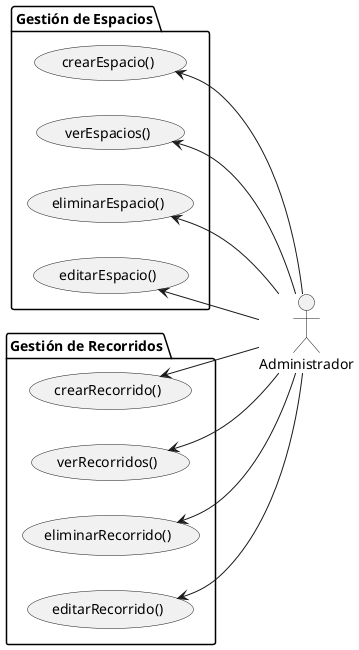
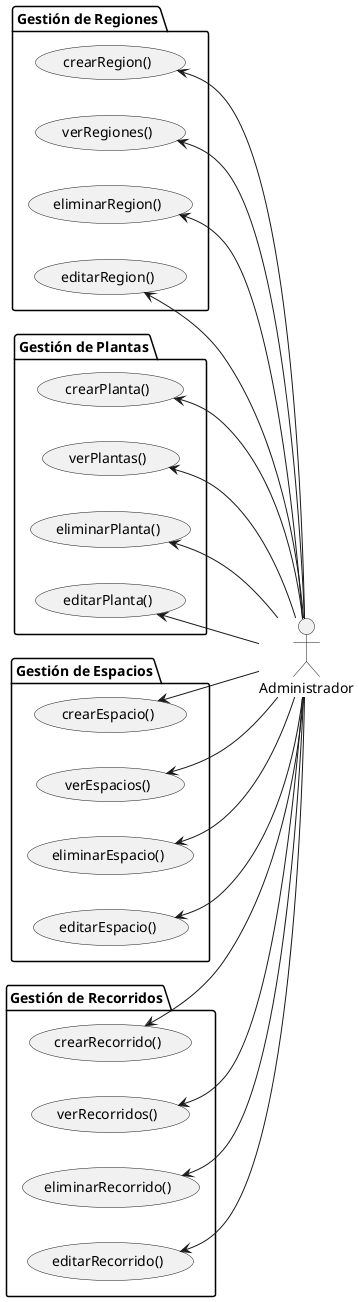
@startuml

left to right direction

actor "Administrador" as admin
+ 
+ package "Gestión de Regiones"{
+     usecase crearRegion as "crearRegion()"
+     usecase verRegiones as "verRegiones()"
+     usecase eliminarRegion as "eliminarRegion()"
+     usecase editarRegion as "editarRegion()"
+ }
+ 
+ package "Gestión de Plantas"{
+     usecase crearPlanta as "crearPlanta()"
+     usecase verPlantas as "verPlantas()"
+     usecase eliminarPlanta as "eliminarPlanta()"
+     usecase editarPlanta as "editarPlanta()"
+ }

package "Gestión de Espacios"{
    usecase crearEspacio as "crearEspacio()"
    usecase verEspacios as "verEspacios()"
    usecase eliminarEspacio as "eliminarEspacio()"
    usecase editarEspacio as "editarEspacio()"
}

package "Gestión de Recorridos"{
    usecase crearRecorrido as "crearRecorrido()"
    usecase verRecorridos as "verRecorridos()"
    usecase eliminarRecorrido as "eliminarRecorrido()"
    usecase editarRecorrido as "editarRecorrido()"
}

+ (crearRegion) <-- admin
+ (verRegiones) <-- admin
+ (eliminarRegion) <-- admin
+ (editarRegion) <-- admin
+ 
+ (crearPlanta) <-- admin
+ (verPlantas) <-- admin
+ (eliminarPlanta) <-- admin
+ (editarPlanta) <-- admin
+ 
(crearEspacio) <-- admin
(verEspacios) <-- admin
(eliminarEspacio) <-- admin
(editarEspacio) <-- admin

(crearRecorrido) <-- admin
(verRecorridos) <-- admin
(eliminarRecorrido) <-- admin
(editarRecorrido) <-- admin

@enduml
